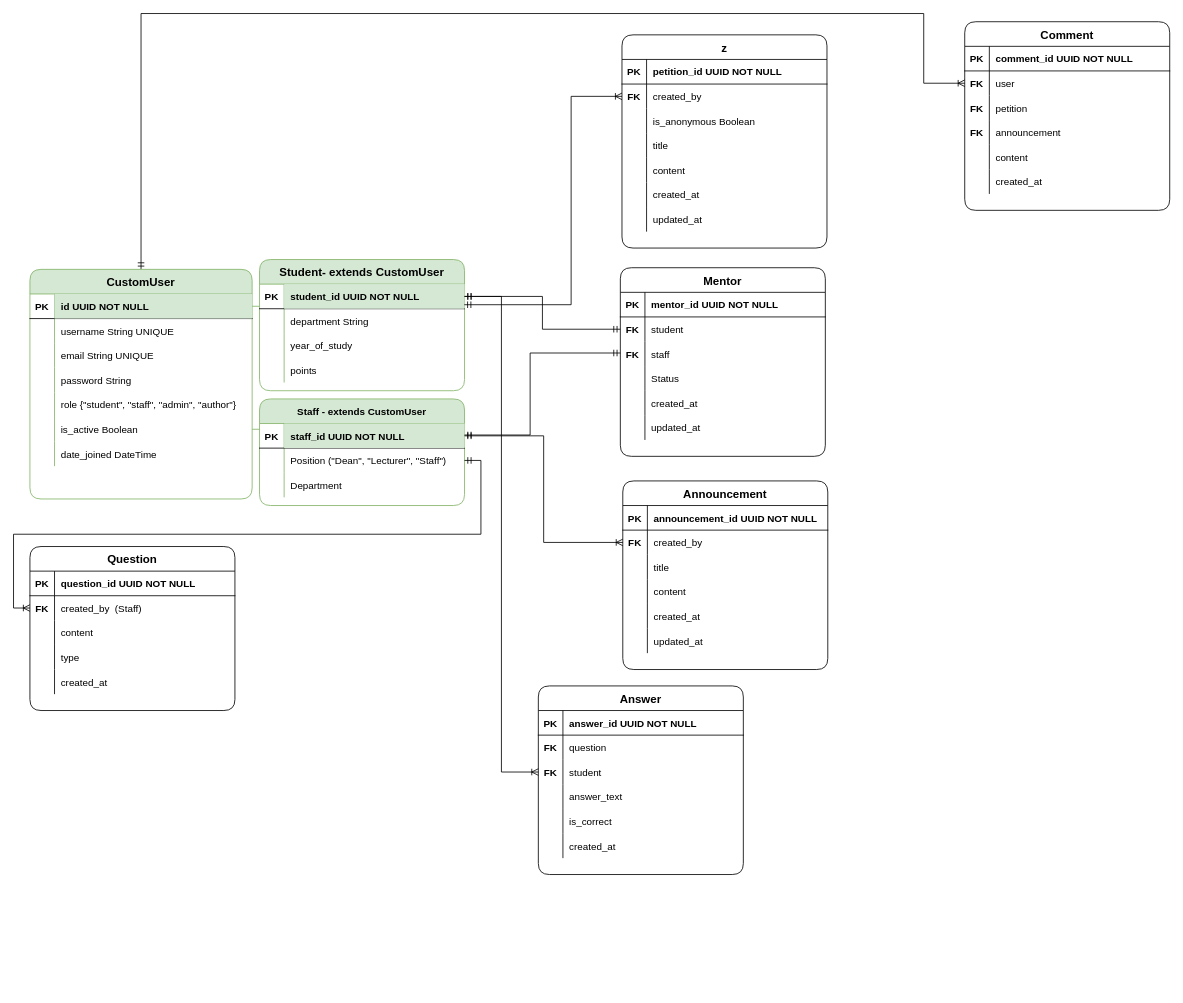
Above: HULink DB.drawio in Orel-y/HUlink (draw.io), before the change. Source tidied: cells renumbered, new cells numbered last; positions are measured from the earlier drawing's top-left corner, leaving out a move shared by most shapes. Both pictures are drawn from the tidied source at 82%, with x=0, y=0 at pixel (30, 13).
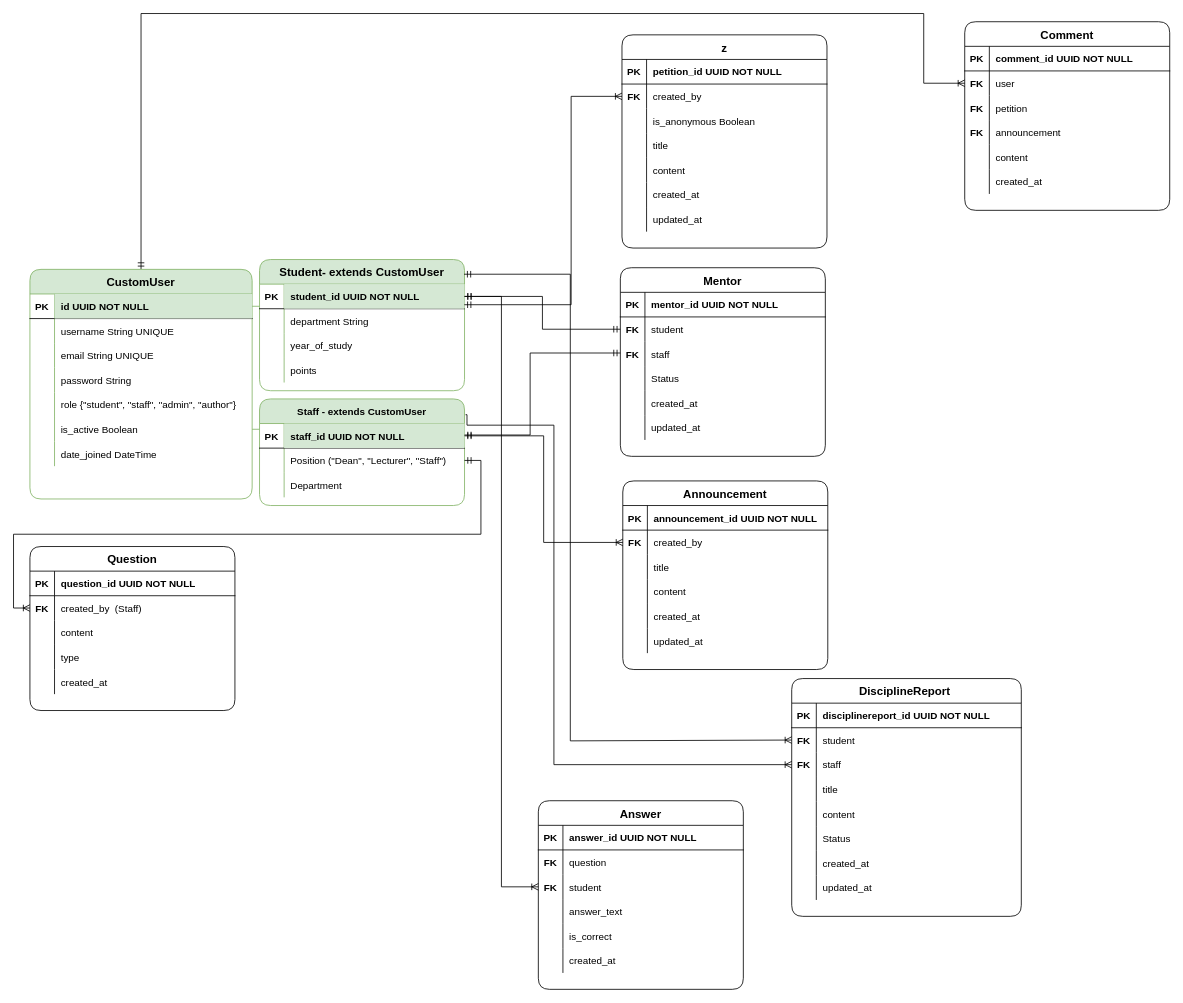
Above is the later version.

Commit message (it also covers changes not shown here):
Prepare HUlink for Render deployment

The change refers to these unchanged cells:
```xml
<mxCell id="2" value="Student- extends CustomUser" style="shape=table;startSize=30;childLayout=tableLayout;rowLines=0;fontStyle=1;align=center;rounded=1;labelBackgroundColor=none;fontSize=14;fillColor=#d5e8d4;strokeColor=#82b366;" parent="1" vertex="1">
  <mxGeometry x="280" y="300" width="250" height="160" as="geometry" />
</mxCell>
<mxCell id="15" value="Staff - extends CustomUser" style="shape=table;startSize=30;childLayout=tableLayout;rowLines=0;fontStyle=1;align=center;rounded=1;labelBackgroundColor=none;fillColor=#d5e8d4;strokeColor=#82b366;" parent="1" vertex="1">
  <mxGeometry x="280" y="470" width="250" height="130" as="geometry" />
</mxCell>
```

Change to the diagram source:
```diff
@@
     <mxCell id="131" value="Answer" style="shape=table;startSize=30;childLayout=tableLayout;rowLines=0;fontStyle=1;align=center;rounded=1;swimlaneFillColor=none;labelBackgroundColor=none;fontSize=14;" parent="1" vertex="1">
-      <mxGeometry x="620" y="820" width="250" height="230" as="geometry" />
+      <mxGeometry x="620" y="960" width="250" height="230" as="geometry" />
     </mxCell>
@@
+    <mxCell id="170" value="DisciplineReport " style="shape=table;startSize=30;childLayout=tableLayout;rowLines=0;fontStyle=1;align=center;rounded=1;swimlaneFillColor=none;labelBackgroundColor=none;fontSize=14;" parent="1" vertex="1">
+      <mxGeometry x="929" y="811" width="280" height="290" as="geometry" />
+    </mxCell>
+    <mxCell id="171" style="shape=partialRectangle;fillColor=none;top=0;left=0;right=0;bottom=1;labelBackgroundColor=none;" parent="170" vertex="1">
+      <mxGeometry y="30" width="280" height="30" as="geometry" />
+    </mxCell>
+    <mxCell id="172" value="PK" style="shape=partialRectangle;overflow=hidden;fillColor=none;top=0;left=0;bottom=0;right=0;fontStyle=1;labelBackgroundColor=none;" parent="171" vertex="1">
+      <mxGeometry width="30" height="30" as="geometry" />
+    </mxCell>
+    <mxCell id="173" value="disciplinereport_id UUID NOT NULL" style="shape=partialRectangle;overflow=hidden;fillColor=none;top=0;left=0;bottom=0;right=0;align=left;spacingLeft=6;fontStyle=1;labelBackgroundColor=none;" parent="171" vertex="1">
+      <mxGeometry x="30" width="250" height="30" as="geometry" />
+    </mxCell>
+    <mxCell id="174" style="shape=partialRectangle;fillColor=none;points=[[0,0.5],[1,0.5]];portConstraint=eastwest;top=0;left=0;right=0;bottom=0;labelBackgroundColor=none;" parent="170" vertex="1">
+      <mxGeometry y="60" width="280" height="30" as="geometry" />
+    </mxCell>
+    <mxCell id="175" value="FK" style="shape=partialRectangle;overflow=hidden;fillColor=none;top=0;left=0;bottom=0;right=0;labelBackgroundColor=none;fontStyle=1;" parent="174" vertex="1">
+      <mxGeometry width="30" height="30" as="geometry" />
+    </mxCell>
+    <mxCell id="176" value="student" style="shape=partialRectangle;overflow=hidden;fillColor=none;top=0;left=0;bottom=0;right=0;align=left;spacingLeft=6;fontStyle=0;labelBackgroundColor=none;" parent="174" vertex="1">
+      <mxGeometry x="30" width="250" height="30" as="geometry" />
+    </mxCell>
+    <mxCell id="177" style="shape=partialRectangle;fillColor=none;points=[[0,0.5],[1,0.5]];portConstraint=eastwest;top=0;left=0;right=0;bottom=0;labelBackgroundColor=none;" parent="170" vertex="1">
+      <mxGeometry y="90" width="280" height="30" as="geometry" />
+    </mxCell>
+    <mxCell id="178" value="FK" style="shape=partialRectangle;overflow=hidden;fillColor=none;top=0;left=0;bottom=0;right=0;labelBackgroundColor=none;fontStyle=1;" parent="177" vertex="1">
+      <mxGeometry width="30" height="30" as="geometry" />
+    </mxCell>
+    <mxCell id="179" value="staff" style="shape=partialRectangle;overflow=hidden;fillColor=none;top=0;left=0;bottom=0;right=0;align=left;spacingLeft=6;fontStyle=0;labelBackgroundColor=none;" parent="177" vertex="1">
+      <mxGeometry x="30" width="250" height="30" as="geometry" />
+    </mxCell>
+    <mxCell id="180" style="shape=partialRectangle;fillColor=none;top=0;left=0;right=0;bottom=0;labelBackgroundColor=none;" parent="170" vertex="1">
+      <mxGeometry y="120" width="280" height="30" as="geometry" />
+    </mxCell>
+    <mxCell id="181" style="shape=partialRectangle;overflow=hidden;fillColor=none;top=0;left=0;bottom=0;right=0;labelBackgroundColor=none;fontStyle=1;" parent="180" vertex="1">
+      <mxGeometry width="30" height="30" as="geometry" />
+    </mxCell>
+    <mxCell id="182" value="title" style="shape=partialRectangle;overflow=hidden;fillColor=none;top=0;left=0;bottom=0;right=0;align=left;spacingLeft=6;fontStyle=0;labelBackgroundColor=none;" parent="180" vertex="1">
+      <mxGeometry x="30" width="250" height="30" as="geometry" />
+    </mxCell>
+    <mxCell id="183" style="shape=partialRectangle;fillColor=none;top=0;left=0;right=0;bottom=0;labelBackgroundColor=none;" parent="170" vertex="1">
+      <mxGeometry y="150" width="280" height="30" as="geometry" />
+    </mxCell>
+    <mxCell id="184" style="shape=partialRectangle;overflow=hidden;fillColor=none;top=0;left=0;bottom=0;right=0;labelBackgroundColor=none;fontStyle=1;" parent="183" vertex="1">
+      <mxGeometry width="30" height="30" as="geometry" />
+    </mxCell>
+    <mxCell id="185" value="content" style="shape=partialRectangle;overflow=hidden;fillColor=none;top=0;left=0;bottom=0;right=0;align=left;spacingLeft=6;fontStyle=0;labelBackgroundColor=none;" parent="183" vertex="1">
+      <mxGeometry x="30" width="250" height="30" as="geometry" />
+    </mxCell>
+    <mxCell id="186" style="shape=partialRectangle;fillColor=none;top=0;left=0;right=0;bottom=0;labelBackgroundColor=none;" parent="170" vertex="1">
+      <mxGeometry y="180" width="280" height="30" as="geometry" />
+    </mxCell>
+    <mxCell id="187" style="shape=partialRectangle;overflow=hidden;fillColor=none;top=0;left=0;bottom=0;right=0;labelBackgroundColor=none;" parent="186" vertex="1">
+      <mxGeometry width="30" height="30" as="geometry" />
+    </mxCell>
+    <mxCell id="188" value="Status" style="shape=partialRectangle;overflow=hidden;fillColor=none;top=0;left=0;bottom=0;right=0;align=left;spacingLeft=6;fontStyle=0;labelBackgroundColor=none;" parent="186" vertex="1">
+      <mxGeometry x="30" width="250" height="30" as="geometry" />
+    </mxCell>
+    <mxCell id="189" style="shape=partialRectangle;fillColor=none;top=0;left=0;right=0;bottom=0;labelBackgroundColor=none;" parent="170" vertex="1">
+      <mxGeometry y="210" width="280" height="30" as="geometry" />
+    </mxCell>
+    <mxCell id="190" style="shape=partialRectangle;overflow=hidden;fillColor=none;top=0;left=0;bottom=0;right=0;labelBackgroundColor=none;" parent="189" vertex="1">
+      <mxGeometry width="30" height="30" as="geometry" />
+    </mxCell>
+    <mxCell id="191" value="created_at" style="shape=partialRectangle;overflow=hidden;top=0;left=0;bottom=0;right=0;align=left;spacingLeft=6;fontStyle=0;fillColor=none;labelBackgroundColor=none;" parent="189" vertex="1">
+      <mxGeometry x="30" width="250" height="30" as="geometry" />
+    </mxCell>
+    <mxCell id="192" style="shape=partialRectangle;fillColor=none;top=0;left=0;right=0;bottom=0;labelBackgroundColor=none;" parent="170" vertex="1">
+      <mxGeometry y="240" width="280" height="30" as="geometry" />
+    </mxCell>
+    <mxCell id="193" style="shape=partialRectangle;overflow=hidden;fillColor=none;top=0;left=0;bottom=0;right=0;labelBackgroundColor=none;" parent="192" vertex="1">
+      <mxGeometry width="30" height="30" as="geometry" />
+    </mxCell>
+    <mxCell id="194" value="updated_at" style="shape=partialRectangle;overflow=hidden;fillColor=none;top=0;left=0;bottom=0;right=0;align=left;spacingLeft=6;fontStyle=0;labelBackgroundColor=none;" parent="192" vertex="1">
+      <mxGeometry x="30" width="250" height="30" as="geometry" />
+    </mxCell>
+    <mxCell id="195" style="edgeStyle=orthogonalEdgeStyle;rounded=0;jettySize=auto;html=1;exitX=1.005;exitY=0.148;exitDx=0;exitDy=0;entryX=0;entryY=0.5;entryDx=0;entryDy=0;endArrow=ERoneToMany;endFill=0;exitPerimeter=0;" parent="1" edge="1" source="15" target="177">
+      <mxGeometry relative="1" as="geometry">
+        <Array as="points">
+          <mxPoint x="533" y="489" />
+          <mxPoint x="533" y="502" />
+          <mxPoint x="639" y="502" />
+          <mxPoint x="639" y="916" />
+        </Array>
+      </mxGeometry>
+    </mxCell>
+    <mxCell id="196" style="edgeStyle=orthogonalEdgeStyle;rounded=0;jettySize=auto;html=1;exitX=0.998;exitY=0.112;exitDx=0;exitDy=0;entryX=0;entryY=0.5;entryDx=0;entryDy=0;startArrow=ERmandOne;startFill=0;endArrow=ERoneToMany;endFill=0;exitPerimeter=0;" parent="1" edge="1" source="2" target="174">
+      <mxGeometry relative="1" as="geometry">
+        <Array as="points">
+          <mxPoint x="659" y="318" />
+          <mxPoint x="659" y="887" />
+          <mxPoint x="929" y="887" />
+        </Array>
+      </mxGeometry>
+    </mxCell>
```
